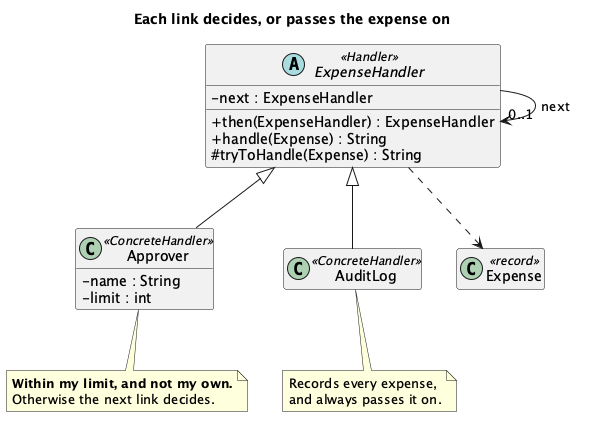
Earlier version of the PlantUML export src/main/java/dev/kaldiroglu/dp/behavioral/chainOfResponsibility/expense/uml/Chain of Responsibility - Expense (Solution) - Class Diagram.png (kaldiroglu/DesignPatternsWithJava).
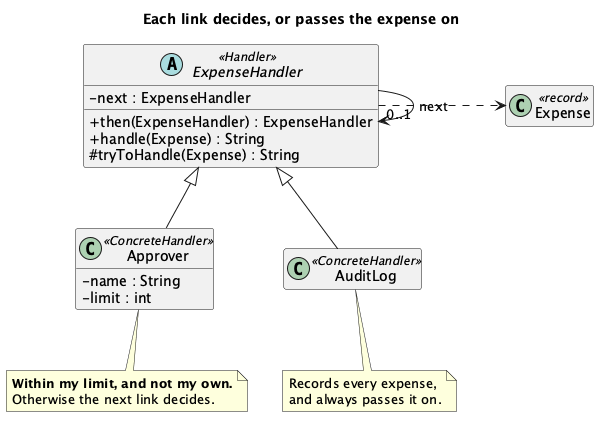
After the change.

Diff of the diagram source:
```diff
@@ -1,4 +1,5 @@
-@startuml "Chain of Responsibility - Expense (Solution) - Class Diagram"
+@startuml
+skinparam linetype polyline
 skinparam classAttributeIconSize 0
 hide empty members
 title Each link decides, or passes the expense on
@@ -16,8 +17,6 @@
 class Expense <<record>>
 ExpenseHandler <|-- Approver
 ExpenseHandler <|-- AuditLog
-ExpenseHandler --> "0..1" ExpenseHandler : next
-ExpenseHandler ..> Expense
 note bottom of Approver
   <b>Within my limit, and not my own.</b>
   Otherwise the next link decides.
@@ -26,4 +25,6 @@
   Records every expense,
   and always passes it on.
 end note
+ExpenseHandler -[norank]-> "0..1" ExpenseHandler : next
+ExpenseHandler .[norank].> Expense
 @enduml
```
